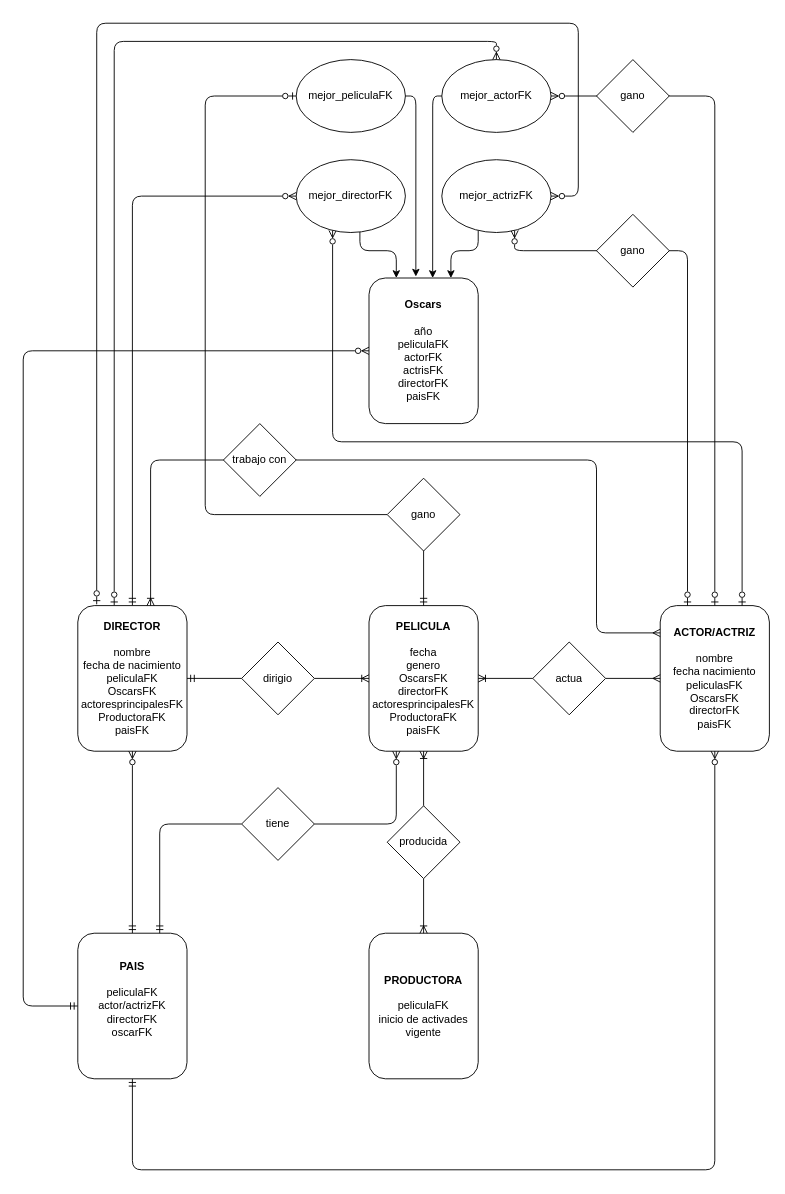
Above: Diagrama.drawio in EmanuelRigo/pre-entrega-1-sql-coderhouse (draw.io), before the change. Source tidied: cells renumbered, new cells numbered last; positions are measured from the earlier drawing's top-left corner, leaving out a move shared by most shapes. Both pictures are drawn from the tidied source at 91%, with x=0, y=0 at pixel (23, 23).
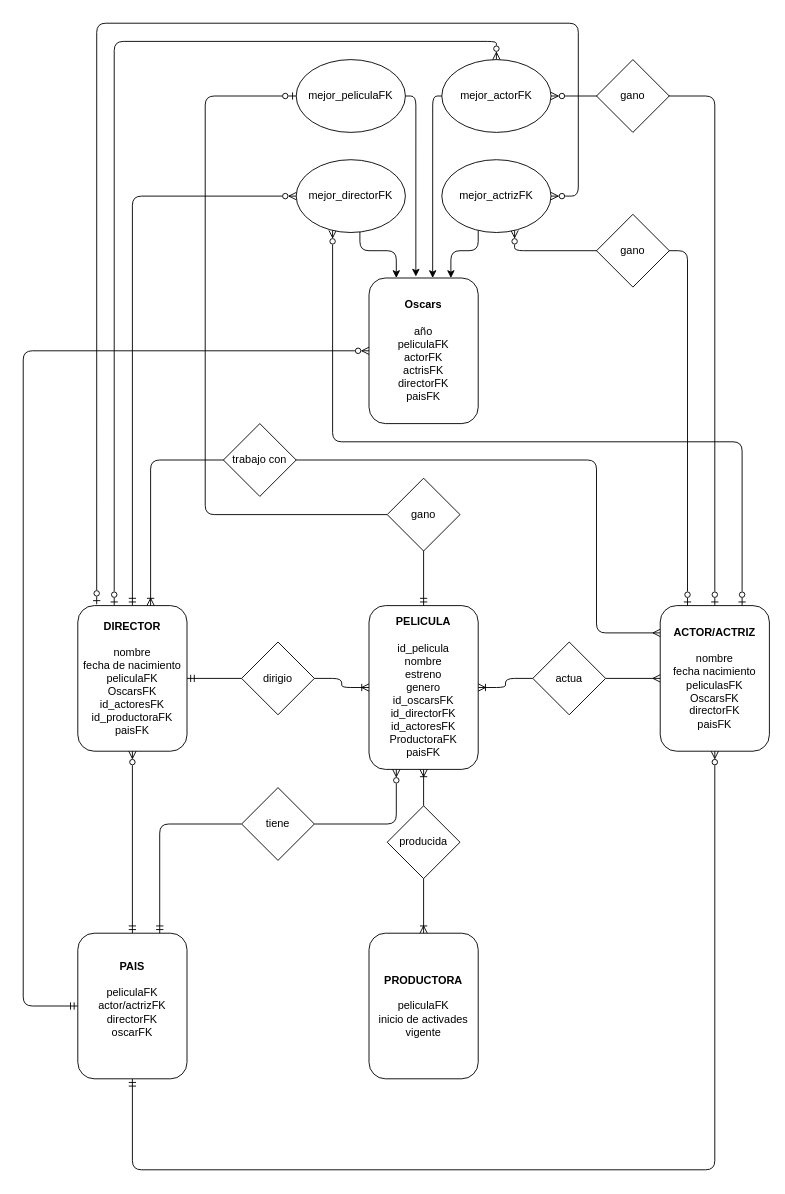
The same diagram, later.

Diff of the diagram source:
```diff
@@
-    <mxCell id="2" value="&lt;b&gt;PELICULA&lt;/b&gt;&lt;div&gt;&lt;b&gt;&lt;br&gt;&lt;/b&gt;&lt;/div&gt;&lt;div&gt;fecha&lt;/div&gt;&lt;div&gt;genero&lt;/div&gt;&lt;div&gt;OscarsFK&lt;/div&gt;&lt;div&gt;directorFK&lt;/div&gt;&lt;div&gt;actoresprincipalesFK&lt;/div&gt;&lt;div&gt;ProductoraFK&lt;/div&gt;&lt;div&gt;paisFK&lt;/div&gt;" style="rounded=1;whiteSpace=wrap;html=1;" parent="1" vertex="1">
-      <mxGeometry x="380" y="640" width="120" height="160" as="geometry" />
+    <mxCell id="2" value="&lt;b&gt;PELICULA&lt;/b&gt;&lt;div&gt;&lt;b&gt;&lt;br&gt;&lt;/b&gt;&lt;/div&gt;&lt;div&gt;id_pelicula&lt;/div&gt;&lt;div&gt;nombre&lt;/div&gt;&lt;div&gt;estreno&lt;/div&gt;&lt;div&gt;genero&lt;/div&gt;&lt;div&gt;id_oscarsFK&lt;/div&gt;&lt;div&gt;id_directorFK&lt;/div&gt;&lt;div&gt;id_actoresFK&lt;/div&gt;&lt;div&gt;ProductoraFK&lt;/div&gt;&lt;div&gt;paisFK&lt;/div&gt;" style="rounded=1;whiteSpace=wrap;html=1;" parent="1" vertex="1">
+      <mxGeometry x="380" y="640" width="120" height="180" as="geometry" />
     </mxCell>
@@
-    <mxCell id="28" value="&lt;b&gt;DIRECTOR&lt;/b&gt;&lt;br&gt;&lt;div&gt;&lt;b&gt;&lt;br&gt;&lt;/b&gt;&lt;/div&gt;&lt;div&gt;nombre&lt;/div&gt;&lt;div&gt;fecha de nacimiento&lt;/div&gt;&lt;div&gt;peliculaFK&lt;/div&gt;&lt;div&gt;OscarsFK&lt;/div&gt;&lt;div&gt;actoresprincipalesFK&lt;/div&gt;&lt;div&gt;ProductoraFK&lt;/div&gt;&lt;div&gt;paisFK&lt;/div&gt;" style="rounded=1;whiteSpace=wrap;html=1;" parent="1" vertex="1">
+    <mxCell id="28" value="&lt;b&gt;DIRECTOR&lt;/b&gt;&lt;br&gt;&lt;div&gt;&lt;b&gt;&lt;br&gt;&lt;/b&gt;&lt;/div&gt;&lt;div&gt;nombre&lt;/div&gt;&lt;div&gt;fecha de nacimiento&lt;/div&gt;&lt;div&gt;peliculaFK&lt;/div&gt;&lt;div&gt;OscarsFK&lt;/div&gt;&lt;div&gt;id_actoresFK&lt;/div&gt;&lt;div&gt;id_productoraFK&lt;/div&gt;&lt;div&gt;paisFK&lt;/div&gt;" style="rounded=1;whiteSpace=wrap;html=1;" parent="1" vertex="1">
       <mxGeometry x="60" y="640" width="120" height="160" as="geometry" />
     </mxCell>
```
